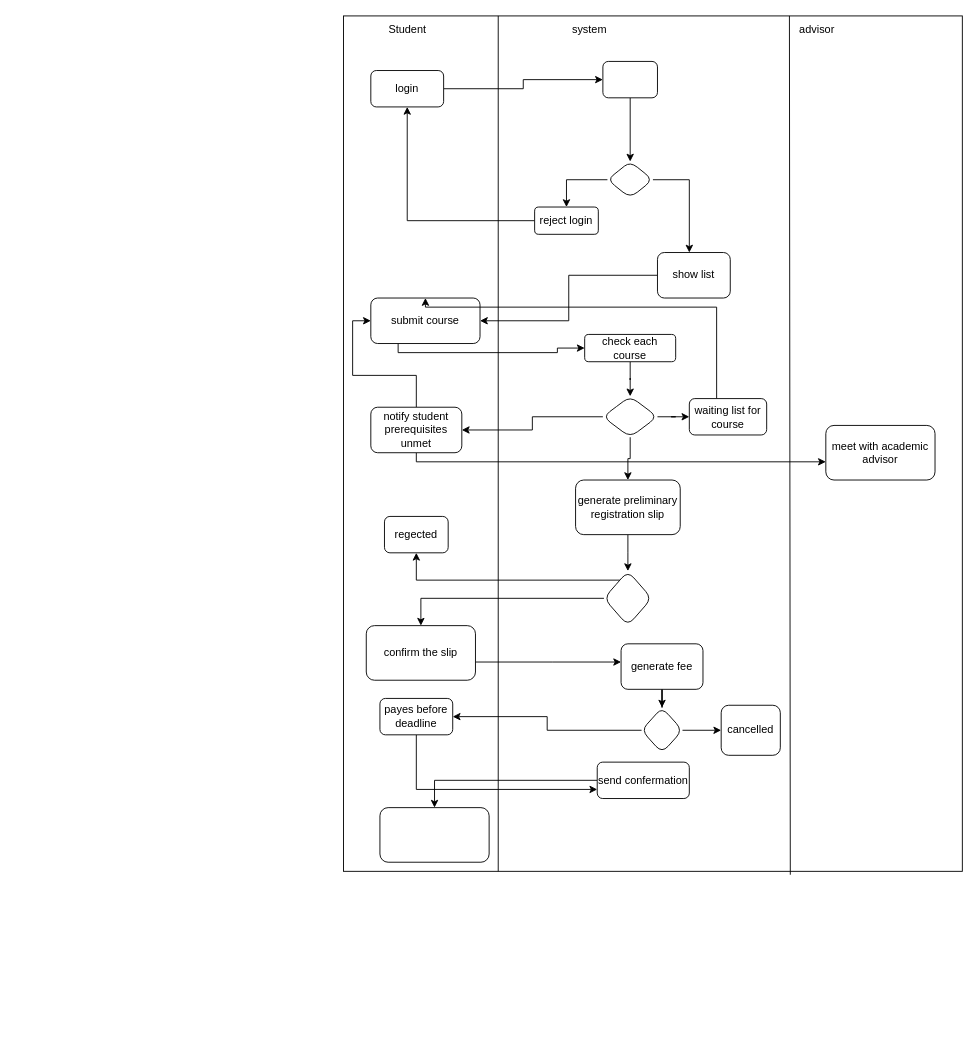
The draw.io diagram hm2.drawio in l0norm/draw.io, before the edit. Source tidied: cells renumbered, new cells numbered last; positions are measured from the earlier drawing's top-left corner, leaving out a move shared by most shapes. Both pictures are drawn from the tidied source at 91%, with x=0, y=0 at pixel (343, 15).
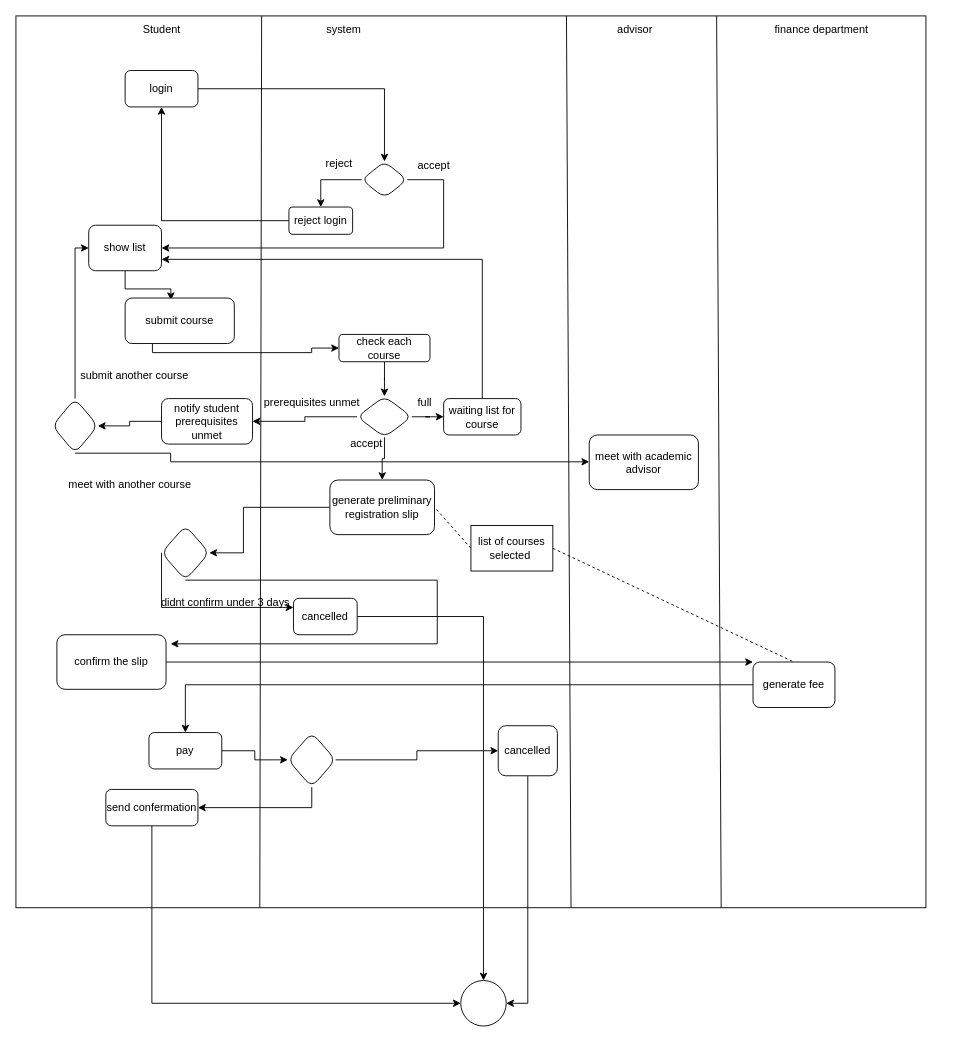
After the change.

What changed in the source:
```diff
@@
     <mxCell id="2" style="rounded=0;whiteSpace=wrap;html=1;" parent="1" vertex="1">
-      <mxGeometry width="680" height="940" as="geometry" />
+      <mxGeometry x="-360" width="1000" height="980" as="geometry" />
     </mxCell>
-    <mxCell id="3" style="endArrow=none;html=1;rounded=0;entryX=0.25;entryY=0;entryDx=0;entryDy=0;exitX=0.25;exitY=1;exitDx=0;exitDy=0;" parent="1" edge="1" source="2" target="2">
-      <mxGeometry relative="1" as="geometry" />
+    <mxCell id="3" style="endArrow=none;html=1;rounded=0;entryX=0.25;entryY=0;entryDx=0;entryDy=0;exitX=0.268;exitY=1;exitDx=0;exitDy=0;exitPerimeter=0;" parent="1" edge="1" source="2">
+      <mxGeometry relative="1" as="geometry">
+        <mxPoint x="-90" as="targetPoint" />
+      </mxGeometry>
     </mxCell>
-    <mxCell id="4" style="endArrow=none;html=1;rounded=0;entryX=0.25;entryY=0;entryDx=0;entryDy=0;exitX=0.722;exitY=1.004;exitDx=0;exitDy=0;exitPerimeter=0;" parent="1" edge="1" source="2">
+    <mxCell id="4" style="endArrow=none;html=1;rounded=0;entryX=0.25;entryY=0;entryDx=0;entryDy=0;" parent="1" edge="1">
       <mxGeometry relative="1" as="geometry">
-        <mxPoint x="490" as="targetPoint" />
+        <mxPoint x="250" y="980" as="sourcePoint" />
+        <mxPoint x="245" as="targetPoint" />
       </mxGeometry>
     </mxCell>
     <mxCell id="5" value="Student" style="text;html=1;align=center;verticalAlign=middle;strokeColor=none;fillColor=none;" parent="1" vertex="1">
-      <mxGeometry x="40" width="60" height="30" as="geometry" />
+      <mxGeometry x="-230" width="60" height="30" as="geometry" />
     </mxCell>
-    <mxCell id="6" style="edgeStyle=orthogonalEdgeStyle;rounded=0;jettySize=auto;html=1;" parent="1" edge="1" source="7" target="10">
+    <mxCell id="6" style="edgeStyle=orthogonalEdgeStyle;rounded=0;jettySize=auto;html=1;entryX=0.5;entryY=0;entryDx=0;entryDy=0;" parent="1" edge="1" source="7" target="13">
       <mxGeometry relative="1" as="geometry" />
     </mxCell>
     <mxCell id="7" value="login" style="rounded=1;whiteSpace=wrap;html=1;" parent="1" vertex="1">
-      <mxGeometry x="30" y="60" width="80" height="40" as="geometry" />
+      <mxGeometry x="-240" y="60" width="80" height="40" as="geometry" />
     </mxCell>
     <mxCell id="8" value="system" style="text;html=1;align=center;verticalAlign=middle;strokeColor=none;fillColor=none;" parent="1" vertex="1">
-      <mxGeometry x="240" width="60" height="30" as="geometry" />
+      <mxGeometry x="-30" width="60" height="30" as="geometry" />
     </mxCell>
-    <mxCell id="9" style="edgeStyle=orthogonalEdgeStyle;rounded=0;jettySize=auto;html=1;" parent="1" edge="1" source="10" target="13">
-      <mxGeometry relative="1" as="geometry" />
-    </mxCell>
-    <mxCell id="10" style="whiteSpace=wrap;html=1;rounded=1;" parent="1" vertex="1">
-      <mxGeometry x="285" y="50" width="60" height="40" as="geometry" />
-    </mxCell>
@@
     <mxCell id="12" style="edgeStyle=orthogonalEdgeStyle;rounded=0;jettySize=auto;html=1;" parent="1" edge="1" source="13" target="17">
       <mxGeometry relative="1" as="geometry">
         <Array as="points">
-          <mxPoint x="380" y="180" />
+          <mxPoint x="110" y="180" />
         </Array>
       </mxGeometry>
     </mxCell>
     <mxCell id="13" style="rhombus;whiteSpace=wrap;html=1;rounded=1;" parent="1" vertex="1">
-      <mxGeometry x="290" y="160" width="50" height="40" as="geometry" />
+      <mxGeometry x="20" y="160" width="50" height="40" as="geometry" />
     </mxCell>
@@
     <mxCell id="15" value="reject login" style="whiteSpace=wrap;html=1;rounded=1;" parent="1" vertex="1">
-      <mxGeometry x="210" y="210" width="70" height="30" as="geometry" />
+      <mxGeometry x="-60" y="210" width="70" height="30" as="geometry" />
     </mxCell>
-    <mxCell id="16" style="edgeStyle=orthogonalEdgeStyle;rounded=0;jettySize=auto;html=1;entryX=1;entryY=0.5;entryDx=0;entryDy=0;" parent="1" edge="1" source="17" target="19">
+    <mxCell id="16" style="edgeStyle=orthogonalEdgeStyle;rounded=0;jettySize=auto;html=1;entryX=0.419;entryY=0.048;entryDx=0;entryDy=0;entryPerimeter=0;" parent="1" edge="1" source="17" target="19">
       <mxGeometry relative="1" as="geometry" />
     </mxCell>
     <mxCell id="17" value="show list" style="whiteSpace=wrap;html=1;rounded=1;" parent="1" vertex="1">
-      <mxGeometry x="345" y="260" width="80" height="50" as="geometry" />
+      <mxGeometry x="-280" y="230" width="80" height="50" as="geometry" />
     </mxCell>
     <mxCell id="18" style="edgeStyle=orthogonalEdgeStyle;rounded=0;jettySize=auto;html=1;entryX=0;entryY=0.5;entryDx=0;entryDy=0;" parent="1" edge="1" target="21">
       <mxGeometry relative="1" as="geometry">
-        <mxPoint x="60" y="360" as="sourcePoint" />
+        <mxPoint x="-210" y="360" as="sourcePoint" />
         <Array as="points">
-          <mxPoint x="60" y="370" />
-          <mxPoint x="235" y="370" />
-          <mxPoint x="235" y="365" />
+          <mxPoint x="-210" y="370" />
+          <mxPoint x="-35" y="370" />
+          <mxPoint x="-35" y="365" />
         </Array>
       </mxGeometry>
     </mxCell>
     <mxCell id="19" value="submit course" style="rounded=1;whiteSpace=wrap;html=1;" parent="1" vertex="1">
-      <mxGeometry x="30" y="310" width="120" height="50" as="geometry" />
+      <mxGeometry x="-240" y="310" width="120" height="50" as="geometry" />
     </mxCell>
@@
     <mxCell id="21" value="check each course" style="rounded=1;whiteSpace=wrap;html=1;" parent="1" vertex="1">
-      <mxGeometry x="265" y="350" width="100" height="30" as="geometry" />
+      <mxGeometry x="-5" y="350" width="100" height="30" as="geometry" />
     </mxCell>
@@
     <mxCell id="25" style="rhombus;whiteSpace=wrap;html=1;rounded=1;" parent="1" vertex="1">
-      <mxGeometry x="285" y="418" width="60" height="45" as="geometry" />
+      <mxGeometry x="15" y="418" width="60" height="45" as="geometry" />
     </mxCell>
-    <mxCell id="26" style="edgeStyle=orthogonalEdgeStyle;rounded=0;jettySize=auto;html=1;entryX=0;entryY=0.5;entryDx=0;entryDy=0;" parent="1" edge="1" source="28" target="19">
-      <mxGeometry relative="1" as="geometry" />
+    <mxCell id="26" style="edgeStyle=orthogonalEdgeStyle;rounded=0;jettySize=auto;html=1;entryX=0;entryY=0.5;entryDx=0;entryDy=0;exitX=0.5;exitY=0;exitDx=0;exitDy=0;" parent="1" edge="1" source="63" target="17">
+      <mxGeometry relative="1" as="geometry">
+        <Array as="points">
+          <mxPoint x="-295" y="255" />
+        </Array>
+      </mxGeometry>
     </mxCell>
-    <mxCell id="27" style="edgeStyle=orthogonalEdgeStyle;rounded=0;jettySize=auto;html=1;" parent="1" edge="1" source="28" target="29">
+    <mxCell id="27" style="edgeStyle=orthogonalEdgeStyle;rounded=0;jettySize=auto;html=1;exitX=0.5;exitY=1;exitDx=0;exitDy=0;" parent="1" edge="1" source="63" target="29">
       <mxGeometry relative="1" as="geometry">
         <Array as="points">
-          <mxPoint x="80" y="490" />
+          <mxPoint x="-190" y="480" />
+          <mxPoint x="-190" y="490" />
         </Array>
       </mxGeometry>
     </mxCell>
+    <mxCell id="52" style="edgeStyle=orthogonalEdgeStyle;rounded=0;jettySize=auto;html=1;" parent="1" edge="1" source="28" target="63">
+      <mxGeometry relative="1" as="geometry" />
+    </mxCell>
     <mxCell id="28" value="notify student prerequisites unmet" style="whiteSpace=wrap;html=1;rounded=1;" parent="1" vertex="1">
-      <mxGeometry x="30" y="430" width="100" height="50" as="geometry" />
+      <mxGeometry x="-200" y="420.5" width="100" height="50" as="geometry" />
     </mxCell>
     <mxCell id="29" value="meet with academic advisor" style="whiteSpace=wrap;html=1;rounded=1;" parent="1" vertex="1">
-      <mxGeometry x="530" y="450" width="120" height="60" as="geometry" />
+      <mxGeometry x="270" y="460.5" width="120" height="60" as="geometry" />
     </mxCell>
     <mxCell id="30" value="advisor" style="text;html=1;align=center;verticalAlign=middle;strokeColor=none;fillColor=none;" parent="1" vertex="1">
-      <mxGeometry x="490" width="60" height="30" as="geometry" />
+      <mxGeometry x="290" width="60" height="30" as="geometry" />
     </mxCell>
-    <mxCell id="31" style="edgeStyle=orthogonalEdgeStyle;rounded=0;jettySize=auto;html=1;entryX=0.5;entryY=0;entryDx=0;entryDy=0;" parent="1" edge="1" source="32" target="19">
-      <mxGeometry relative="1" as="geometry">
-        <Array as="points">
-          <mxPoint x="410" y="320" />
-          <mxPoint x="90" y="320" />
-        </Array>
-      </mxGeometry>
-    </mxCell>
+    <mxCell id="53" style="edgeStyle=orthogonalEdgeStyle;rounded=0;jettySize=auto;html=1;exitX=0.5;exitY=0;exitDx=0;exitDy=0;entryX=1;entryY=0.75;entryDx=0;entryDy=0;" parent="1" edge="1" source="32" target="17">
+      <mxGeometry relative="1" as="geometry" />
+    </mxCell>
     <mxCell id="32" value="waiting list for course" style="whiteSpace=wrap;html=1;rounded=1;" parent="1" vertex="1">
-      <mxGeometry x="380" y="420.5" width="85" height="40" as="geometry" />
+      <mxGeometry x="110" y="420.5" width="85" height="40" as="geometry" />
     </mxCell>
     <mxCell id="33" style="edgeStyle=orthogonalEdgeStyle;rounded=0;jettySize=auto;html=1;" parent="1" edge="1" source="34" target="37">
-      <mxGeometry relative="1" as="geometry" />
+      <mxGeometry relative="1" as="geometry">
+        <Array as="points">
+          <mxPoint x="-110" y="540" />
+          <mxPoint x="-110" y="590" />
+        </Array>
+      </mxGeometry>
     </mxCell>
     <mxCell id="34" value="generate preliminary registration slip" style="rounded=1;whiteSpace=wrap;html=1;" parent="1" vertex="1">
-      <mxGeometry x="255" y="510" width="115" height="60" as="geometry" />
+      <mxGeometry x="-15" y="510" width="115" height="60" as="geometry" />
     </mxCell>
-    <mxCell id="35" style="edgeStyle=orthogonalEdgeStyle;rounded=0;jettySize=auto;html=1;" parent="1" edge="1" source="37" target="38">
+    <mxCell id="35" style="edgeStyle=orthogonalEdgeStyle;rounded=0;jettySize=auto;html=1;exitX=0;exitY=0.5;exitDx=0;exitDy=0;" parent="1" edge="1" source="37" target="38">
       <mxGeometry relative="1" as="geometry">
         <Array as="points">
-          <mxPoint x="80" y="620" />
+          <mxPoint x="-200" y="650" />
         </Array>
       </mxGeometry>
     </mxCell>
-    <mxCell id="36" style="edgeStyle=orthogonalEdgeStyle;rounded=0;jettySize=auto;html=1;entryX=0.5;entryY=0;entryDx=0;entryDy=0;" parent="1" edge="1" source="37" target="40">
-      <mxGeometry relative="1" as="geometry" />
-    </mxCell>
+    <mxCell id="54" style="edgeStyle=orthogonalEdgeStyle;rounded=0;jettySize=auto;html=1;exitX=0.5;exitY=1;exitDx=0;exitDy=0;" parent="1" edge="1" source="37">
+      <mxGeometry relative="1" as="geometry">
+        <mxPoint x="-190" y="690" as="targetPoint" />
+        <Array as="points">
+          <mxPoint x="103" y="690" />
+        </Array>
+      </mxGeometry>
+    </mxCell>
     <mxCell id="37" style="rhombus;whiteSpace=wrap;html=1;rounded=1;" parent="1" vertex="1">
-      <mxGeometry x="286.2" y="610" width="52.5" height="60" as="geometry" />
+      <mxGeometry x="-200" y="560" width="52.5" height="60" as="geometry" />
     </mxCell>
+    <mxCell id="55" style="edgeStyle=orthogonalEdgeStyle;rounded=0;jettySize=auto;html=1;entryX=0.5;entryY=0;entryDx=0;entryDy=0;" parent="1" edge="1" source="38" target="68">
+      <mxGeometry relative="1" as="geometry" />
+    </mxCell>
-    <mxCell id="38" value="regected" style="whiteSpace=wrap;html=1;rounded=1;" parent="1" vertex="1">
-      <mxGeometry x="45" y="550" width="70" height="40" as="geometry" />
+    <mxCell id="38" value="cancelled" style="whiteSpace=wrap;html=1;rounded=1;" parent="1" vertex="1">
+      <mxGeometry x="-55" y="640" width="70" height="40" as="geometry" />
     </mxCell>
     <mxCell id="39" style="edgeStyle=orthogonalEdgeStyle;rounded=0;jettySize=auto;html=1;" parent="1" edge="1" source="40" target="42">
       <mxGeometry relative="1" as="geometry">
         <Array as="points">
-          <mxPoint x="230" y="710" />
-          <mxPoint x="230" y="710" />
+          <mxPoint x="-40" y="710" />
+          <mxPoint x="-40" y="710" />
         </Array>
       </mxGeometry>
     </mxCell>
     <mxCell id="40" value="confirm the slip" style="whiteSpace=wrap;html=1;rounded=1;" parent="1" vertex="1">
-      <mxGeometry x="25" y="670" width="120" height="60" as="geometry" />
+      <mxGeometry x="-315" y="680" width="120" height="60" as="geometry" />
     </mxCell>
-    <mxCell id="41" style="edgeStyle=orthogonalEdgeStyle;rounded=0;jettySize=auto;html=1;" parent="1" edge="1" source="42" target="45">
+    <mxCell id="41" style="edgeStyle=orthogonalEdgeStyle;rounded=0;jettySize=auto;html=1;entryX=0.5;entryY=0;entryDx=0;entryDy=0;exitX=0;exitY=0.5;exitDx=0;exitDy=0;" parent="1" edge="1" source="42" target="47">
       <mxGeometry relative="1" as="geometry" />
     </mxCell>
     <mxCell id="42" value="generate fee" style="whiteSpace=wrap;html=1;rounded=1;" parent="1" vertex="1">
-      <mxGeometry x="305" y="690" width="90" height="50" as="geometry" />
+      <mxGeometry x="450" y="710" width="90" height="50" as="geometry" />
     </mxCell>
-    <mxCell id="43" style="edgeStyle=orthogonalEdgeStyle;rounded=0;jettySize=auto;html=1;" parent="1" edge="1" source="45" target="47">
-      <mxGeometry relative="1" as="geometry" />
-    </mxCell>
-    <mxCell id="44" style="edgeStyle=orthogonalEdgeStyle;rounded=0;jettySize=auto;html=1;" parent="1" edge="1" source="45" target="51">
-      <mxGeometry relative="1" as="geometry" />
-    </mxCell>
-    <mxCell id="45" style="rhombus;whiteSpace=wrap;html=1;rounded=1;" parent="1" vertex="1">
-      <mxGeometry x="327.5" y="760" width="45" height="50" as="geometry" />
-    </mxCell>
-    <mxCell id="46" style="edgeStyle=orthogonalEdgeStyle;rounded=0;jettySize=auto;html=1;" parent="1" edge="1" source="47" target="49">
-      <mxGeometry relative="1" as="geometry">
-        <Array as="points">
-          <mxPoint x="80" y="850" />
-        </Array>
-      </mxGeometry>
-    </mxCell>
+    <mxCell id="56" style="edgeStyle=orthogonalEdgeStyle;rounded=0;jettySize=auto;html=1;exitX=1;exitY=0.5;exitDx=0;exitDy=0;" parent="1" edge="1" source="47" target="76">
+      <mxGeometry relative="1" as="geometry" />
+    </mxCell>
-    <mxCell id="47" value="payes before deadline" style="whiteSpace=wrap;html=1;rounded=1;" parent="1" vertex="1">
-      <mxGeometry x="40" y="750" width="80" height="40" as="geometry" />
+    <mxCell id="47" value="pay" style="whiteSpace=wrap;html=1;rounded=1;" parent="1" vertex="1">
+      <mxGeometry x="-213.8" y="787.5" width="80" height="40" as="geometry" />
     </mxCell>
-    <mxCell id="48" style="edgeStyle=orthogonalEdgeStyle;rounded=0;jettySize=auto;html=1;" parent="1" edge="1" source="49" target="50">
-      <mxGeometry relative="1" as="geometry" />
-    </mxCell>
+    <mxCell id="57" style="edgeStyle=orthogonalEdgeStyle;rounded=0;jettySize=auto;html=1;entryX=0;entryY=0.5;entryDx=0;entryDy=0;" parent="1" edge="1" source="49" target="68">
+      <mxGeometry relative="1" as="geometry">
+        <Array as="points">
+          <mxPoint x="-210" y="1085" />
+        </Array>
+      </mxGeometry>
+    </mxCell>
     <mxCell id="49" value="send confermation" style="whiteSpace=wrap;html=1;rounded=1;" parent="1" vertex="1">
-      <mxGeometry x="278.8" y="820" width="101.2" height="40" as="geometry" />
+      <mxGeometry x="-261.2" y="850" width="101.2" height="40" as="geometry" />
     </mxCell>
-    <mxCell id="50" style="whiteSpace=wrap;html=1;rounded=1;" parent="1" vertex="1">
-      <mxGeometry x="40" y="870" width="120" height="60" as="geometry" />
-    </mxCell>
+    <mxCell id="58" style="edgeStyle=orthogonalEdgeStyle;rounded=0;jettySize=auto;html=1;entryX=1;entryY=0.5;entryDx=0;entryDy=0;" parent="1" edge="1" source="51" target="68">
+      <mxGeometry relative="1" as="geometry" />
+    </mxCell>
     <mxCell id="51" value="cancelled" style="whiteSpace=wrap;html=1;rounded=1;" parent="1" vertex="1">
-      <mxGeometry x="415" y="757.5" width="65" height="55" as="geometry" />
+      <mxGeometry x="170" y="780" width="65" height="55" as="geometry" />
     </mxCell>
+    <mxCell id="59" value="accept" style="text;html=1;align=center;verticalAlign=middle;strokeColor=none;fillColor=none;" parent="1" vertex="1">
+      <mxGeometry x="68.8" y="150" width="60" height="30" as="geometry" />
+    </mxCell>
+    <mxCell id="60" value="reject&lt;div&gt;&lt;br&gt;&lt;/div&gt;" style="text;html=1;align=center;verticalAlign=middle;strokeColor=none;fillColor=none;" parent="1" vertex="1">
+      <mxGeometry x="-30" y="150" width="50" height="40" as="geometry" />
+    </mxCell>
+    <mxCell id="61" value="prerequisites unmet" style="text;html=1;align=center;verticalAlign=middle;strokeColor=none;fillColor=none;" parent="1" vertex="1">
+      <mxGeometry x="-100" y="410" width="130" height="30" as="geometry" />
+    </mxCell>
+    <mxCell id="62" value="submit another course" style="text;html=1;align=center;verticalAlign=middle;strokeColor=none;fillColor=none;" parent="1" vertex="1">
+      <mxGeometry x="-300" y="380" width="140" height="30" as="geometry" />
+    </mxCell>
+    <mxCell id="63" style="rhombus;whiteSpace=wrap;html=1;rounded=1;" parent="1" vertex="1">
+      <mxGeometry x="-320" y="420.5" width="50" height="60" as="geometry" />
+    </mxCell>
+    <mxCell id="64" value="meet with another course" style="text;html=1;align=center;verticalAlign=middle;strokeColor=none;fillColor=none;" parent="1" vertex="1">
+      <mxGeometry x="-315" y="500" width="160" height="30" as="geometry" />
+    </mxCell>
+    <mxCell id="65" value="full" style="text;html=1;align=center;verticalAlign=middle;strokeColor=none;fillColor=none;" parent="1" vertex="1">
+      <mxGeometry x="68.8" y="410" width="40" height="30" as="geometry" />
+    </mxCell>
+    <mxCell id="66" value="accept" style="text;html=1;align=center;verticalAlign=middle;strokeColor=none;fillColor=none;" parent="1" vertex="1">
+      <mxGeometry x="-5" y="455" width="60" height="30" as="geometry" />
+    </mxCell>
+    <mxCell id="67" value="didnt confirm under 3 days" style="text;html=1;align=center;verticalAlign=middle;strokeColor=none;fillColor=none;" parent="1" vertex="1">
+      <mxGeometry x="-210" y="630" width="160" height="30" as="geometry" />
+    </mxCell>
+    <mxCell id="68" style="ellipse;whiteSpace=wrap;html=1;rounded=1;" parent="1" vertex="1">
+      <mxGeometry x="128.8" y="1060" width="50" height="50" as="geometry" />
+    </mxCell>
+    <mxCell id="69" style="endArrow=none;html=1;rounded=0;entryX=0.25;entryY=0;entryDx=0;entryDy=0;" parent="1" edge="1">
+      <mxGeometry relative="1" as="geometry">
+        <mxPoint x="415" y="980" as="sourcePoint" />
+        <mxPoint x="410" as="targetPoint" />
+      </mxGeometry>
+    </mxCell>
+    <mxCell id="70" value="finance department" style="text;html=1;align=center;verticalAlign=middle;strokeColor=none;fillColor=none;" parent="1" vertex="1">
+      <mxGeometry x="460" width="130" height="30" as="geometry" />
+    </mxCell>
+    <mxCell id="71" style="endArrow=none;dashed=1;html=1;rounded=0;entryX=1;entryY=0.5;entryDx=0;entryDy=0;exitX=0;exitY=0.5;exitDx=0;exitDy=0;" parent="1" edge="1" source="72" target="34">
+      <mxGeometry relative="1" as="geometry" />
+    </mxCell>
+    <mxCell id="72" value="list of courses selected&amp;nbsp;" style="rounded=0;whiteSpace=wrap;html=1;" parent="1" vertex="1">
+      <mxGeometry x="140" y="560" width="90" height="50" as="geometry" />
+    </mxCell>
+    <mxCell id="73" style="endArrow=none;dashed=1;html=1;rounded=0;exitX=1;exitY=0.5;exitDx=0;exitDy=0;entryX=0.5;entryY=0;entryDx=0;entryDy=0;" parent="1" edge="1" source="72" target="42">
+      <mxGeometry relative="1" as="geometry" />
+    </mxCell>
+    <mxCell id="74" style="edgeStyle=orthogonalEdgeStyle;rounded=0;jettySize=auto;html=1;entryX=0;entryY=0.5;entryDx=0;entryDy=0;" parent="1" edge="1" source="76" target="51">
+      <mxGeometry relative="1" as="geometry" />
+    </mxCell>
+    <mxCell id="75" style="edgeStyle=orthogonalEdgeStyle;rounded=0;jettySize=auto;html=1;" parent="1" edge="1" source="76" target="49">
+      <mxGeometry relative="1" as="geometry">
+        <Array as="points">
+          <mxPoint x="-35" y="870" />
+        </Array>
+      </mxGeometry>
+    </mxCell>
+    <mxCell id="76" style="rhombus;whiteSpace=wrap;html=1;rounded=1;" parent="1" vertex="1">
+      <mxGeometry x="-61.2" y="787.5" width="52.5" height="60" as="geometry" />
+    </mxCell>
```
